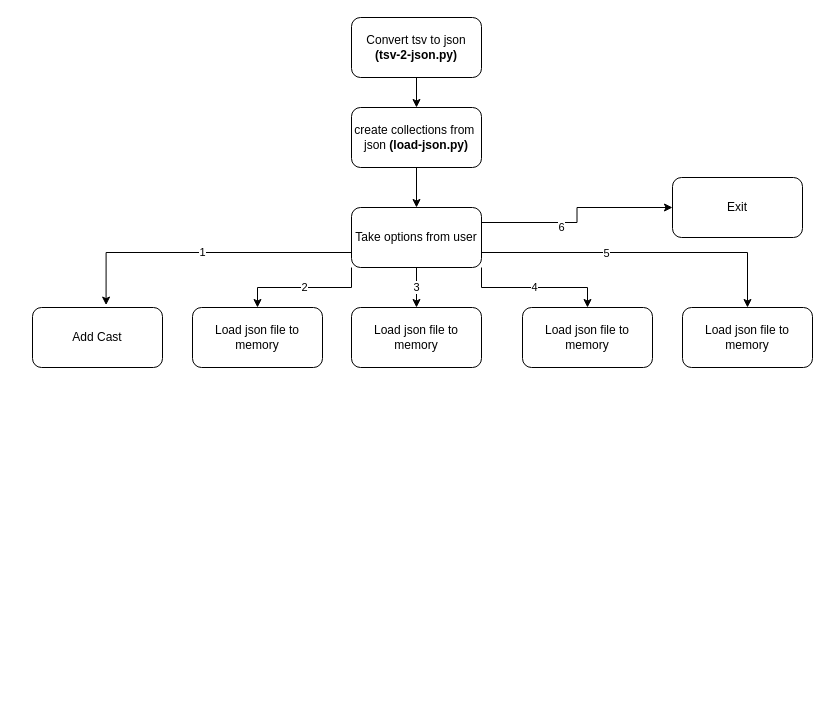
The draw.io diagram design.drawio in shehraj123/291-miniproject-2, before the edit. Source tidied: cells renumbered, new cells numbered last; positions are measured from the earlier drawing's top-left corner, leaving out a move shared by most shapes. Both pictures are drawn from the tidied source at 100%, with x=0, y=0 at pixel (32, 17).
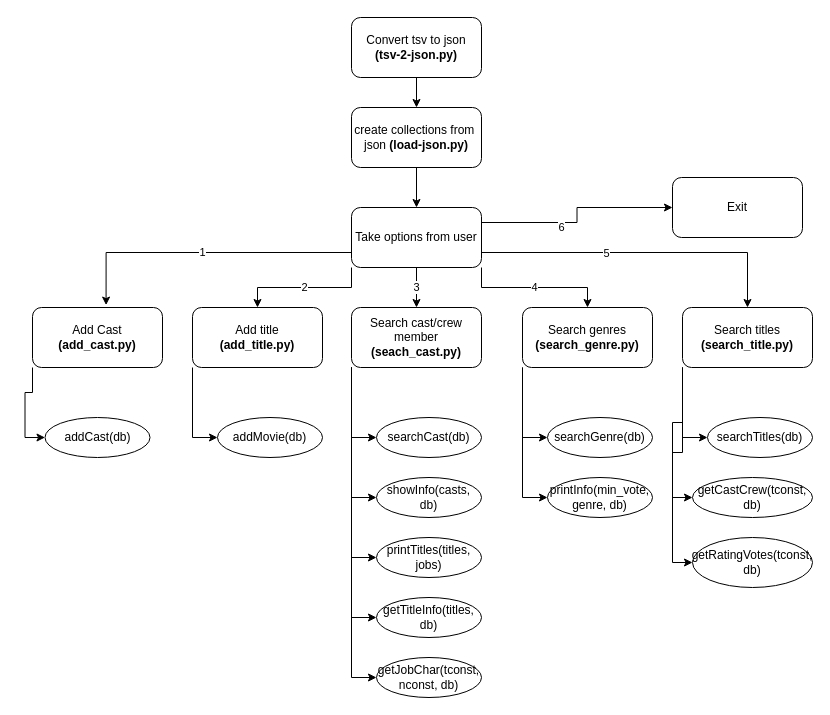
Above is the later version.

The edit, as a diff of the source:
```diff
@@
+    <mxCell id="21" style="edgeStyle=orthogonalEdgeStyle;rounded=0;jettySize=auto;html=1;exitX=0;exitY=1;exitDx=0;exitDy=0;entryX=0;entryY=0.5;entryDx=0;entryDy=0;" parent="1" edge="1" source="15" target="34">
+      <mxGeometry relative="1" as="geometry" />
+    </mxCell>
-    <mxCell id="15" value="Load json file to memory" style="rounded=1;whiteSpace=wrap;html=1;fontSize=12;glass=0;strokeWidth=1;shadow=0;" parent="1" vertex="1">
+    <mxCell id="15" value="Add title&lt;br&gt;&lt;b&gt;(add_title.py)&lt;/b&gt;" style="rounded=1;whiteSpace=wrap;html=1;fontSize=12;glass=0;strokeWidth=1;shadow=0;" parent="1" vertex="1">
       <mxGeometry x="160" y="290" width="130" height="60" as="geometry" />
     </mxCell>
+    <mxCell id="22" style="edgeStyle=orthogonalEdgeStyle;rounded=0;jettySize=auto;html=1;exitX=0;exitY=1;exitDx=0;exitDy=0;entryX=0;entryY=0.5;entryDx=0;entryDy=0;" parent="1" edge="1" source="16" target="33">
+      <mxGeometry relative="1" as="geometry" />
+    </mxCell>
-    <mxCell id="16" value="Add Cast" style="rounded=1;whiteSpace=wrap;html=1;fontSize=12;glass=0;strokeWidth=1;shadow=0;" parent="1" vertex="1">
+    <mxCell id="16" value="Add Cast&lt;br&gt;&lt;b&gt;(add_cast.py)&lt;/b&gt;" style="rounded=1;whiteSpace=wrap;html=1;fontSize=12;glass=0;strokeWidth=1;shadow=0;" parent="1" vertex="1">
       <mxGeometry y="290" width="130" height="60" as="geometry" />
     </mxCell>
+    <mxCell id="23" style="edgeStyle=orthogonalEdgeStyle;rounded=0;jettySize=auto;html=1;exitX=0;exitY=1;exitDx=0;exitDy=0;entryX=0;entryY=0.5;entryDx=0;entryDy=0;" parent="1" edge="1" source="17" target="35">
+      <mxGeometry relative="1" as="geometry">
+        <Array as="points">
+          <mxPoint x="319" y="420" />
+        </Array>
+      </mxGeometry>
+    </mxCell>
+    <mxCell id="24" style="edgeStyle=orthogonalEdgeStyle;rounded=0;jettySize=auto;html=1;exitX=0;exitY=1;exitDx=0;exitDy=0;entryX=0;entryY=0.5;entryDx=0;entryDy=0;" parent="1" edge="1" source="17" target="36">
+      <mxGeometry relative="1" as="geometry" />
+    </mxCell>
+    <mxCell id="25" style="edgeStyle=orthogonalEdgeStyle;rounded=0;jettySize=auto;html=1;exitX=0;exitY=1;exitDx=0;exitDy=0;entryX=0;entryY=0.5;entryDx=0;entryDy=0;" parent="1" edge="1" source="17" target="37">
+      <mxGeometry relative="1" as="geometry" />
+    </mxCell>
+    <mxCell id="26" style="edgeStyle=orthogonalEdgeStyle;rounded=0;jettySize=auto;html=1;exitX=0;exitY=1;exitDx=0;exitDy=0;entryX=0;entryY=0.5;entryDx=0;entryDy=0;" parent="1" edge="1" source="17" target="38">
+      <mxGeometry relative="1" as="geometry" />
+    </mxCell>
+    <mxCell id="27" style="edgeStyle=orthogonalEdgeStyle;rounded=0;jettySize=auto;html=1;exitX=0;exitY=1;exitDx=0;exitDy=0;entryX=0;entryY=0.5;entryDx=0;entryDy=0;" parent="1" edge="1" source="17" target="39">
+      <mxGeometry relative="1" as="geometry" />
+    </mxCell>
-    <mxCell id="17" value="Load json file to memory" style="rounded=1;whiteSpace=wrap;html=1;fontSize=12;glass=0;strokeWidth=1;shadow=0;" parent="1" vertex="1">
+    <mxCell id="17" value="Search cast/crew member&lt;br&gt;&lt;b&gt;(seach_cast.py)&lt;/b&gt;" style="rounded=1;whiteSpace=wrap;html=1;fontSize=12;glass=0;strokeWidth=1;shadow=0;" parent="1" vertex="1">
       <mxGeometry x="319" y="290" width="130" height="60" as="geometry" />
     </mxCell>
+    <mxCell id="28" style="edgeStyle=orthogonalEdgeStyle;rounded=0;jettySize=auto;html=1;exitX=0;exitY=1;exitDx=0;exitDy=0;entryX=0;entryY=0.5;entryDx=0;entryDy=0;" parent="1" edge="1" source="18" target="42">
+      <mxGeometry relative="1" as="geometry" />
+    </mxCell>
+    <mxCell id="29" style="edgeStyle=orthogonalEdgeStyle;rounded=0;jettySize=auto;html=1;exitX=0;exitY=1;exitDx=0;exitDy=0;entryX=0;entryY=0.5;entryDx=0;entryDy=0;" parent="1" edge="1" source="18" target="41">
+      <mxGeometry relative="1" as="geometry" />
+    </mxCell>
-    <mxCell id="18" value="Load json file to memory" style="rounded=1;whiteSpace=wrap;html=1;fontSize=12;glass=0;strokeWidth=1;shadow=0;" parent="1" vertex="1">
+    <mxCell id="18" value="Search genres&lt;br&gt;&lt;b&gt;(search_genre.py)&lt;/b&gt;" style="rounded=1;whiteSpace=wrap;html=1;fontSize=12;glass=0;strokeWidth=1;shadow=0;" parent="1" vertex="1">
       <mxGeometry x="490" y="290" width="130" height="60" as="geometry" />
     </mxCell>
+    <mxCell id="30" style="edgeStyle=orthogonalEdgeStyle;rounded=0;jettySize=auto;html=1;exitX=0;exitY=1;exitDx=0;exitDy=0;entryX=0;entryY=0.5;entryDx=0;entryDy=0;" parent="1" edge="1" source="19" target="40">
+      <mxGeometry relative="1" as="geometry" />
+    </mxCell>
+    <mxCell id="31" style="edgeStyle=orthogonalEdgeStyle;rounded=0;jettySize=auto;html=1;exitX=0;exitY=1;exitDx=0;exitDy=0;entryX=0;entryY=0.5;entryDx=0;entryDy=0;" parent="1" edge="1" source="19" target="44">
+      <mxGeometry relative="1" as="geometry" />
+    </mxCell>
+    <mxCell id="32" style="edgeStyle=orthogonalEdgeStyle;rounded=0;jettySize=auto;html=1;exitX=0;exitY=1;exitDx=0;exitDy=0;entryX=0;entryY=0.5;entryDx=0;entryDy=0;" parent="1" edge="1" source="19" target="43">
+      <mxGeometry relative="1" as="geometry" />
+    </mxCell>
-    <mxCell id="19" value="Load json file to memory" style="rounded=1;whiteSpace=wrap;html=1;fontSize=12;glass=0;strokeWidth=1;shadow=0;" parent="1" vertex="1">
+    <mxCell id="19" value="Search titles&lt;br&gt;&lt;b&gt;(search_title.py)&lt;/b&gt;" style="rounded=1;whiteSpace=wrap;html=1;fontSize=12;glass=0;strokeWidth=1;shadow=0;" parent="1" vertex="1">
       <mxGeometry x="650" y="290" width="130" height="60" as="geometry" />
     </mxCell>
@@
+    <mxCell id="33" value="addCast(db)" style="ellipse;whiteSpace=wrap;html=1;" parent="1" vertex="1">
+      <mxGeometry x="12.5" y="400" width="105" height="40" as="geometry" />
+    </mxCell>
+    <mxCell id="34" value="addMovie(db)" style="ellipse;whiteSpace=wrap;html=1;" parent="1" vertex="1">
+      <mxGeometry x="185" y="400" width="105" height="40" as="geometry" />
+    </mxCell>
+    <mxCell id="35" value="searchCast(db)" style="ellipse;whiteSpace=wrap;html=1;" parent="1" vertex="1">
+      <mxGeometry x="344" y="400" width="105" height="40" as="geometry" />
+    </mxCell>
+    <mxCell id="36" value="showInfo(casts, db)" style="ellipse;whiteSpace=wrap;html=1;" parent="1" vertex="1">
+      <mxGeometry x="344" y="460" width="105" height="40" as="geometry" />
+    </mxCell>
+    <mxCell id="37" value="printTitles(titles, jobs)" style="ellipse;whiteSpace=wrap;html=1;" parent="1" vertex="1">
+      <mxGeometry x="344" y="520" width="105" height="40" as="geometry" />
+    </mxCell>
+    <mxCell id="38" value="getTitleInfo(titles, db)" style="ellipse;whiteSpace=wrap;html=1;" parent="1" vertex="1">
+      <mxGeometry x="344" y="580" width="105" height="40" as="geometry" />
+    </mxCell>
+    <mxCell id="39" value="getJobChar(tconst, nconst, db)" style="ellipse;whiteSpace=wrap;html=1;" parent="1" vertex="1">
+      <mxGeometry x="344" y="640" width="105" height="40" as="geometry" />
+    </mxCell>
+    <mxCell id="40" value="searchTitles(db)" style="ellipse;whiteSpace=wrap;html=1;" parent="1" vertex="1">
+      <mxGeometry x="675" y="400" width="105" height="40" as="geometry" />
+    </mxCell>
+    <mxCell id="41" value="printInfo(min_vote, genre, db)" style="ellipse;whiteSpace=wrap;html=1;" parent="1" vertex="1">
+      <mxGeometry x="515" y="460" width="105" height="40" as="geometry" />
+    </mxCell>
+    <mxCell id="42" value="searchGenre(db)" style="ellipse;whiteSpace=wrap;html=1;" parent="1" vertex="1">
+      <mxGeometry x="515" y="400" width="105" height="40" as="geometry" />
+    </mxCell>
+    <mxCell id="43" value="getRatingVotes(tconst, db)" style="ellipse;whiteSpace=wrap;html=1;" parent="1" vertex="1">
+      <mxGeometry x="660" y="520" width="120" height="50" as="geometry" />
+    </mxCell>
+    <mxCell id="44" value="getCastCrew(tconst, db)" style="ellipse;whiteSpace=wrap;html=1;" parent="1" vertex="1">
+      <mxGeometry x="660" y="460" width="120" height="40" as="geometry" />
+    </mxCell>
```
